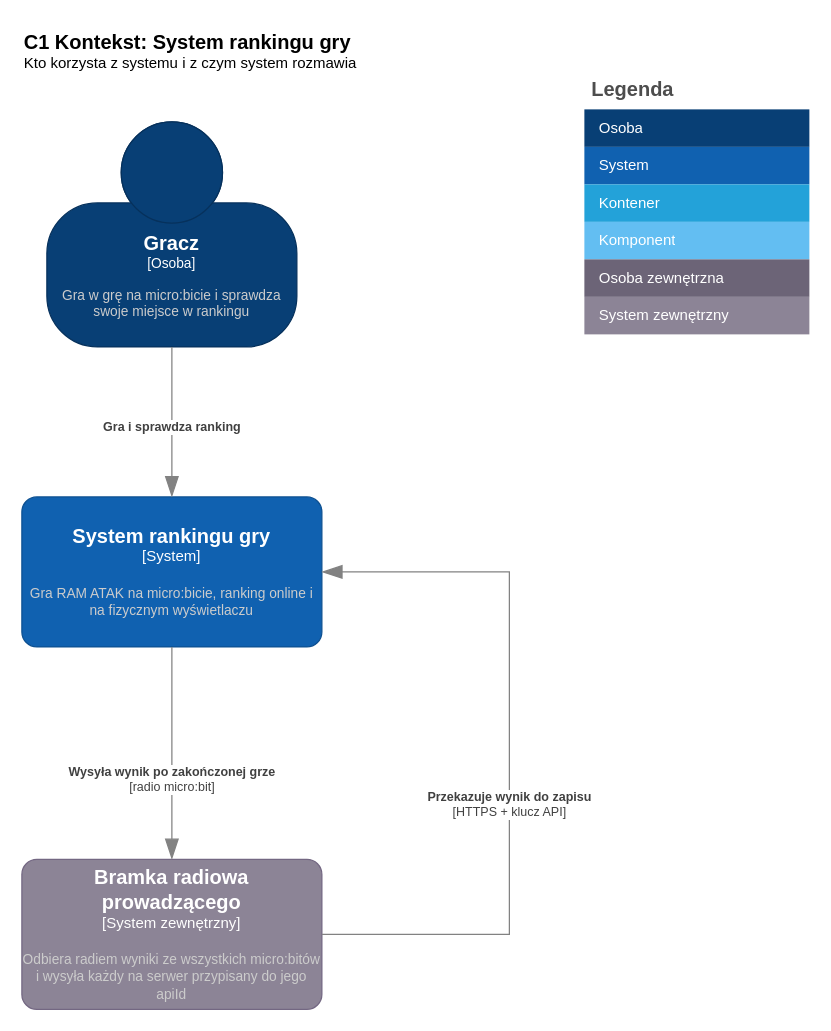
Above: page "C1 Kontekst" (1 of 4) of docs/c4-ranking.drawio in Damikk19/Sem5_JiPP (draw.io), before the change. Source tidied: cells renumbered, new cells numbered last; positions are measured from the earlier drawing's top-left corner, leaving out a move shared by most shapes. Both pictures are drawn from the tidied source at 125%, with x=0, y=0 at pixel (21, 21).
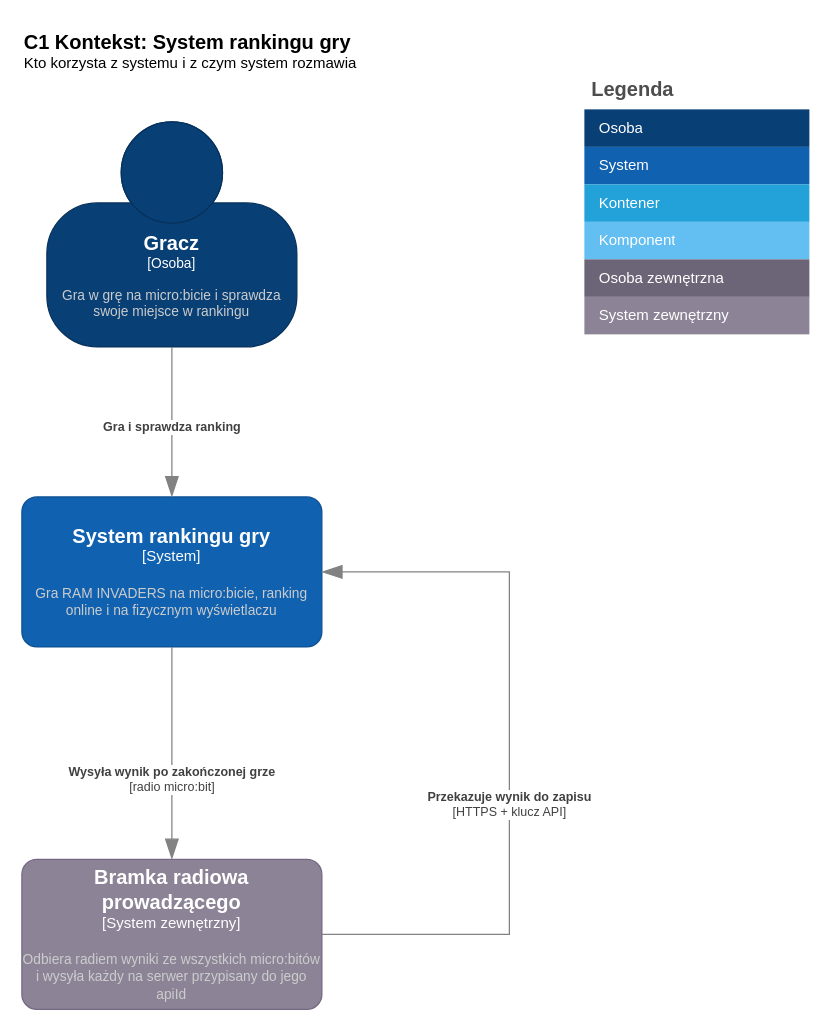
Above is the later version.

Change to the diagram source:
```diff
@@
-    <object id="4" label="&lt;font style=&quot;font-size: 16px&quot;&gt;&lt;b&gt;%c4Name%&lt;/b&gt;&lt;/font&gt;&lt;div&gt;[%c4Type%]&lt;/div&gt;&lt;br&gt;&lt;div&gt;&lt;font style=&quot;font-size: 11px&quot;&gt;&lt;font color=&quot;#cccccc&quot;&gt;%c4Description%&lt;/font&gt;&lt;/div&gt;" c4Description="Gra RAM ATAK na micro:bicie, ranking online i na fizycznym wyświetlaczu" c4Name="System rankingu gry" c4Type="System" placeholders="1">
+    <object id="4" label="&lt;font style=&quot;font-size: 16px&quot;&gt;&lt;b&gt;%c4Name%&lt;/b&gt;&lt;/font&gt;&lt;div&gt;[%c4Type%]&lt;/div&gt;&lt;br&gt;&lt;div&gt;&lt;font style=&quot;font-size: 11px&quot;&gt;&lt;font color=&quot;#cccccc&quot;&gt;%c4Description%&lt;/font&gt;&lt;/div&gt;" c4Description="Gra RAM INVADERS na micro:bicie, ranking online i na fizycznym wyświetlaczu" c4Name="System rankingu gry" c4Type="System" placeholders="1">
       <mxCell style="rounded=1;whiteSpace=wrap;html=1;labelBackgroundColor=none;fillColor=#1061B0;fontColor=#ffffff;align=center;arcSize=10;strokeColor=#0D5091;points=[[0.25,0,0],[0.5,0,0],[0.75,0,0],[1,0.25,0],[1,0.5,0],[1,0.75,0],[0.75,1,0],[0.5,1,0],[0.25,1,0],[0,0.75,0],[0,0.5,0],[0,0.25,0]];" parent="1" vertex="1">
         <mxGeometry y="380" width="240" height="120" as="geometry" />
       </mxCell>
     </object>
```
